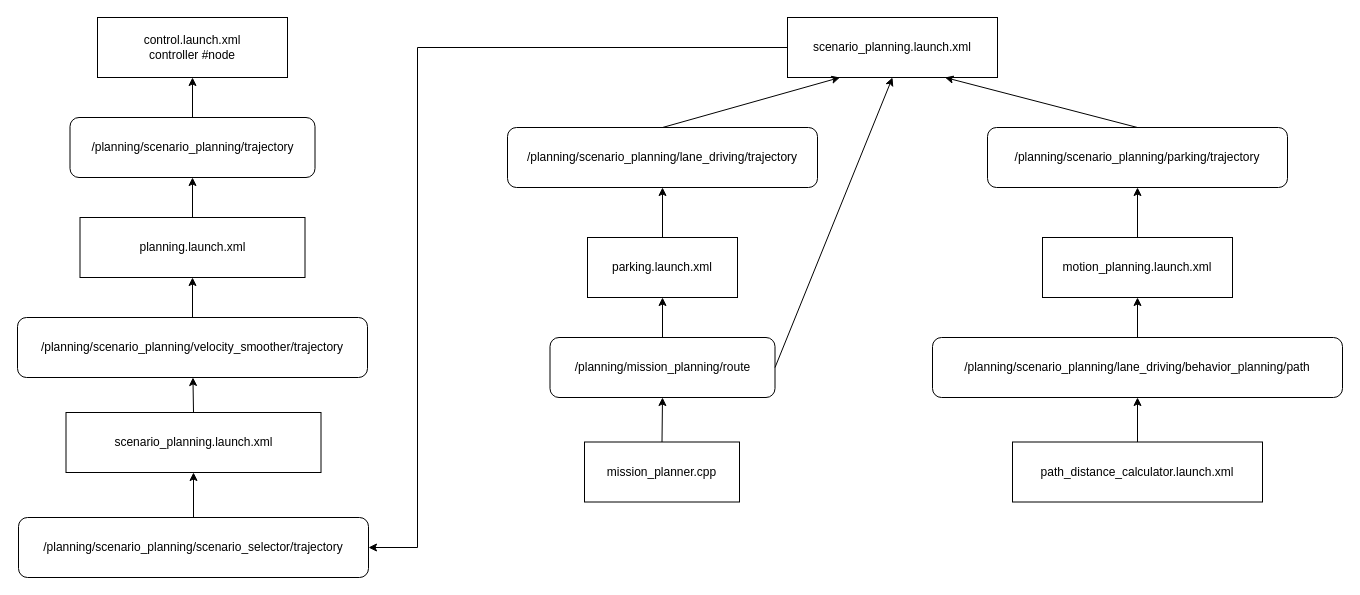
Before: trajectory_node.drawio in wxxsusie/files, a draw.io diagram. Source tidied: cells renumbered, new cells numbered last; positions are measured from the earlier drawing's top-left corner, leaving out a move shared by most shapes. Both pictures are drawn from the tidied source at 100%, with x=0, y=0 at pixel (17, 17).
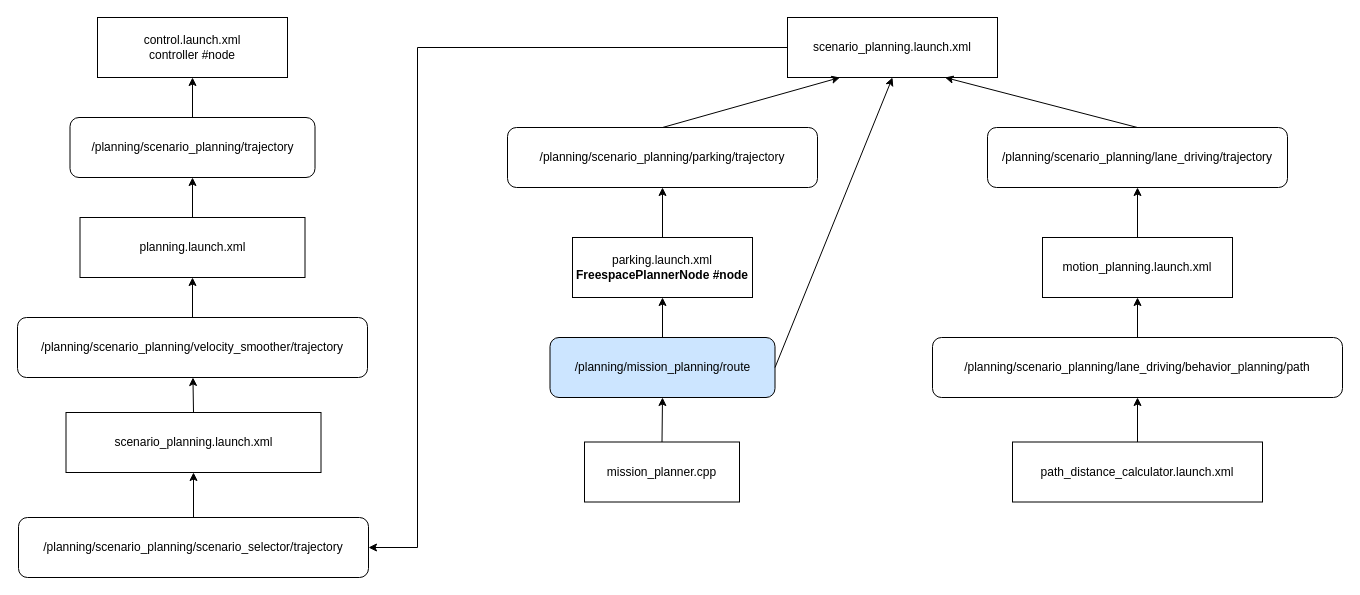
The same page after the edit.

Diff of the diagram source:
```diff
@@
-    <mxCell id="10" value="&lt;span style=&quot;font-size: 12px;&quot;&gt;/planning/scenario_planning/lane_driving/trajectory&lt;/span&gt;" style="rounded=1;whiteSpace=wrap;html=1;" parent="1" vertex="1">
+    <mxCell id="10" value="&lt;span style=&quot;font-size: 12px;&quot;&gt;/planning/scenario_planning/parking/trajectory&lt;/span&gt;" style="rounded=1;whiteSpace=wrap;html=1;" parent="1" vertex="1">
       <mxGeometry x="490" y="110" width="310" height="60" as="geometry" />
     </mxCell>
-    <mxCell id="11" value="&lt;span style=&quot;font-size: 12px;&quot;&gt;/planning/scenario_planning/parking/trajectory&lt;/span&gt;" style="rounded=1;whiteSpace=wrap;html=1;" parent="1" vertex="1">
+    <mxCell id="11" value="&lt;span style=&quot;font-size: 12px;&quot;&gt;/planning/scenario_planning/lane_driving/trajectory&lt;/span&gt;" style="rounded=1;whiteSpace=wrap;html=1;" parent="1" vertex="1">
       <mxGeometry x="970" y="110" width="300" height="60" as="geometry" />
     </mxCell>
@@
-    <mxCell id="17" value="parking.launch.xml" style="rounded=0;whiteSpace=wrap;html=1;" parent="1" vertex="1">
-      <mxGeometry x="570" y="220" width="150" height="60" as="geometry" />
+    <mxCell id="17" value="parking.launch.xml&lt;div&gt;&lt;b&gt;FreespacePlannerNode #node&lt;/b&gt;&lt;/div&gt;" style="rounded=0;whiteSpace=wrap;html=1;" parent="1" vertex="1">
+      <mxGeometry x="555" y="220" width="180" height="60" as="geometry" />
     </mxCell>
@@
-    <mxCell id="19" value="/planning/mission_planning/route" style="rounded=1;whiteSpace=wrap;html=1;" parent="1" vertex="1">
+    <mxCell id="19" value="/planning/mission_planning/route" style="rounded=1;whiteSpace=wrap;html=1;fillColor=#CCE5FF;" parent="1" vertex="1">
       <mxGeometry x="532.5" y="320" width="225" height="60" as="geometry" />
     </mxCell>
```
